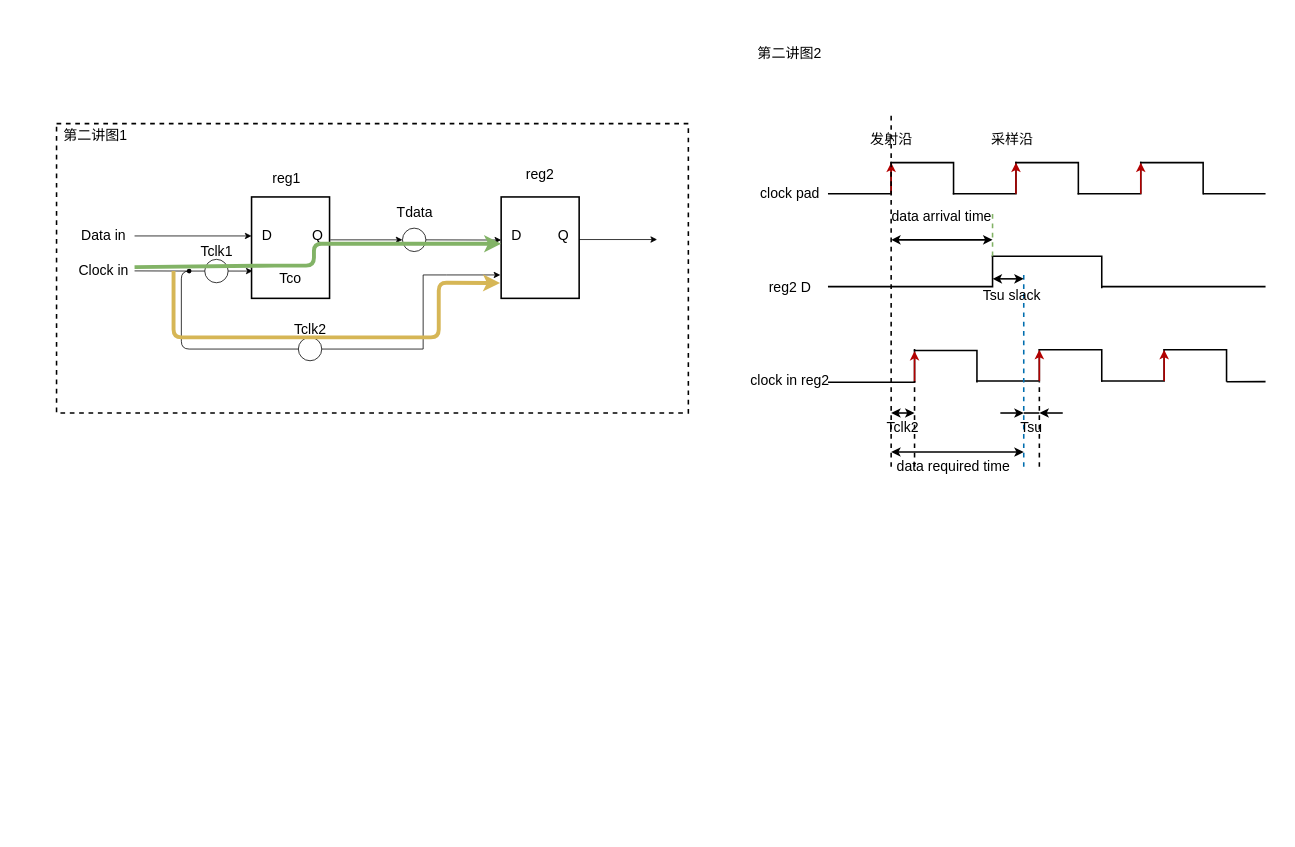
Before: FPGA timing constraints .drawio in Katharine-0331/files, a draw.io diagram. Source tidied: cells renumbered, new cells numbered last; positions are measured from the earlier drawing's top-left corner, leaving out a move shared by most shapes. Both pictures are drawn from the tidied source at 78%, with x=0, y=0 at pixel (56, 45).
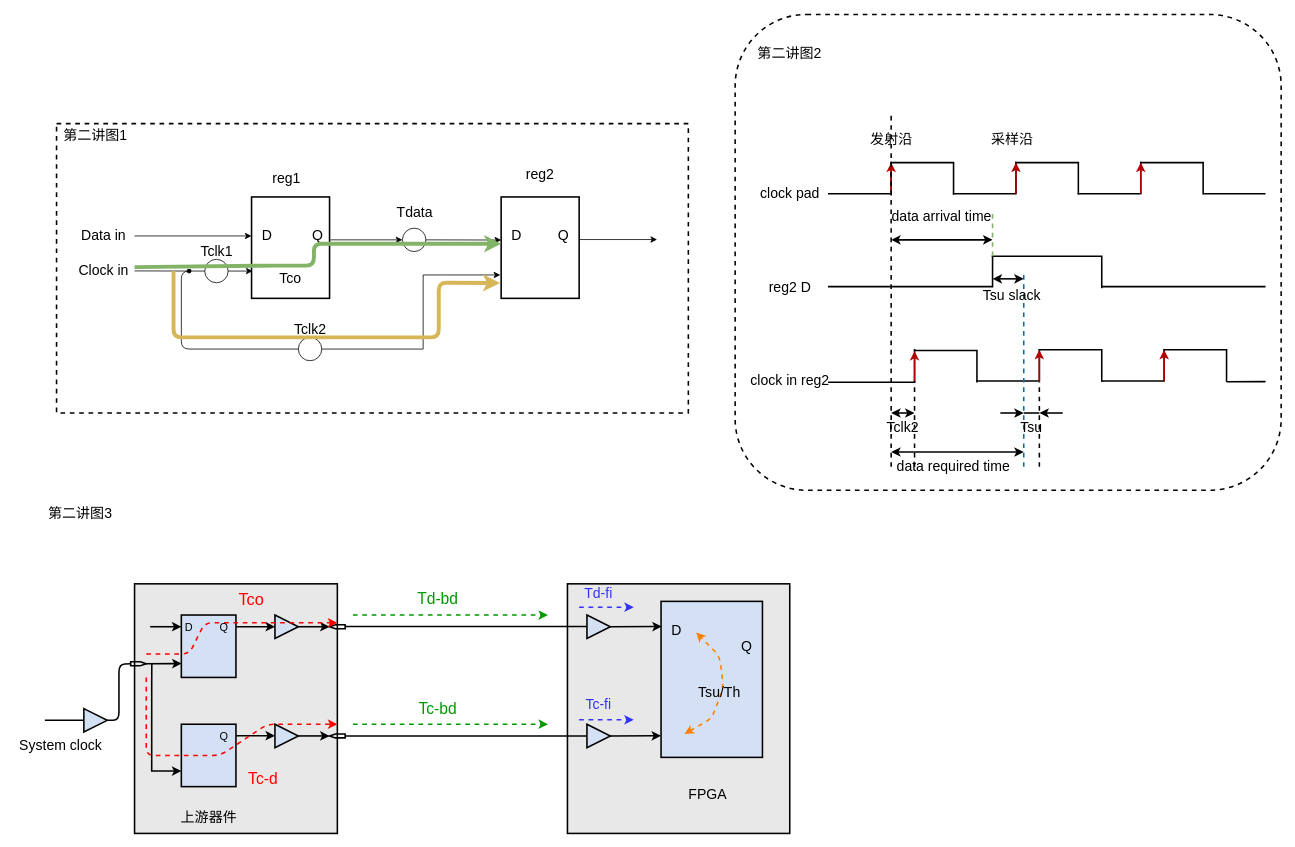
After the change.

The edit, as a diff of the source:
```diff
@@
+    <mxCell id="78" style="rounded=0;whiteSpace=wrap;html=1;fontSize=18;strokeWidth=2;fillColor=#E8E8E8;" parent="1" vertex="1">
+      <mxGeometry x="655" y="690" width="285" height="320" as="geometry" />
+    </mxCell>
+    <mxCell id="79" style="rounded=0;whiteSpace=wrap;html=1;fontSize=18;strokeWidth=2;fillColor=#E8E8E8;" parent="1" vertex="1">
+      <mxGeometry x="100" y="690" width="260" height="320" as="geometry" />
+    </mxCell>
@@
+    <mxCell id="80" style="rounded=1;whiteSpace=wrap;html=1;fontSize=18;strokeWidth=2;dashed=1;fillColor=none;" parent="1" vertex="1">
+      <mxGeometry x="870" y="-40" width="700" height="610" as="geometry" />
+    </mxCell>
+    <mxCell id="81" value="第二讲图3" style="text;html=1;align=center;verticalAlign=middle;strokeColor=none;fontSize=18;" parent="1" vertex="1">
+      <mxGeometry x="-20" y="585" width="100" height="30" as="geometry" />
+    </mxCell>
+    <mxCell id="82" style="rounded=0;whiteSpace=wrap;html=1;fontSize=18;strokeWidth=2;fillColor=#D4E1F5;" parent="1" vertex="1">
+      <mxGeometry x="160" y="730" width="70" height="80" as="geometry" />
+    </mxCell>
+    <mxCell id="83" style="rounded=0;whiteSpace=wrap;html=1;fontSize=18;strokeWidth=2;fillColor=#D4E1F5;" parent="1" vertex="1">
+      <mxGeometry x="160" y="870" width="70" height="80" as="geometry" />
+    </mxCell>
+    <mxCell id="84" style="edgeStyle=none;rounded=0;jettySize=auto;html=1;fontSize=18;strokeWidth=2;" parent="1" edge="1" source="85" target="98">
+      <mxGeometry relative="1" as="geometry" />
+    </mxCell>
+    <mxCell id="85" style="triangle;whiteSpace=wrap;html=1;fontSize=18;strokeWidth=2;fillColor=#D4E1F5;" parent="1" vertex="1">
+      <mxGeometry x="280" y="730" width="30" height="30" as="geometry" />
+    </mxCell>
+    <mxCell id="86" style="edgeStyle=none;rounded=0;jettySize=auto;html=1;fontSize=18;strokeWidth=2;" parent="1" edge="1" source="87" target="99">
+      <mxGeometry relative="1" as="geometry" />
+    </mxCell>
+    <mxCell id="87" style="triangle;whiteSpace=wrap;html=1;fontSize=18;strokeWidth=2;fillColor=#D4E1F5;" parent="1" vertex="1">
+      <mxGeometry x="280" y="870" width="30" height="30" as="geometry" />
+    </mxCell>
+    <mxCell id="88" style="rounded=0;whiteSpace=wrap;html=1;fontSize=18;strokeWidth=2;fillColor=#D4E1F5;" parent="1" vertex="1">
+      <mxGeometry x="775" y="712.5" width="130" height="200" as="geometry" />
+    </mxCell>
+    <mxCell id="89" style="endArrow=classic;html=1;fontSize=18;strokeWidth=2;" parent="1" edge="1">
+      <mxGeometry relative="1" as="geometry">
+        <mxPoint x="120" y="745" as="sourcePoint" />
+        <mxPoint x="160" y="745" as="targetPoint" />
+      </mxGeometry>
+    </mxCell>
+    <mxCell id="90" style="endArrow=classic;html=1;fontSize=18;strokeWidth=2;entryX=0;entryY=0.5;entryDx=0;entryDy=0;" parent="1" edge="1" target="85">
+      <mxGeometry relative="1" as="geometry">
+        <mxPoint x="230" y="745" as="sourcePoint" />
+      </mxGeometry>
+    </mxCell>
+    <mxCell id="91" style="endArrow=classic;html=1;fontSize=18;strokeWidth=2;entryX=0;entryY=0.5;entryDx=0;entryDy=0;" parent="1" edge="1">
+      <mxGeometry relative="1" as="geometry">
+        <mxPoint x="230" y="884.7" as="sourcePoint" />
+        <mxPoint x="280" y="884.7" as="targetPoint" />
+      </mxGeometry>
+    </mxCell>
+    <mxCell id="92" style="triangle;whiteSpace=wrap;html=1;fontSize=18;strokeWidth=2;fillColor=#D4E1F5;" parent="1" vertex="1">
+      <mxGeometry x="35" y="850" width="30" height="30" as="geometry" />
+    </mxCell>
+    <mxCell id="93" style="endArrow=none;html=1;fontSize=18;strokeWidth=2;entryX=0;entryY=0.5;entryDx=0;entryDy=0;" parent="1" edge="1" target="92">
+      <mxGeometry relative="1" as="geometry">
+        <mxPoint x="-15" y="865" as="sourcePoint" />
+      </mxGeometry>
+    </mxCell>
+    <mxCell id="94" style="edgeStyle=none;rounded=0;jettySize=auto;html=1;fontSize=18;strokeWidth=2;entryX=0.004;entryY=0.778;entryDx=0;entryDy=0;entryPerimeter=0;exitX=0.5;exitY=0;exitDx=0;exitDy=0;" parent="1" edge="1" source="96" target="82">
+      <mxGeometry relative="1" as="geometry" />
+    </mxCell>
+    <mxCell id="95" style="edgeStyle=none;rounded=0;jettySize=auto;html=1;fontSize=18;strokeWidth=2;exitX=0.441;exitY=1.356;exitDx=0;exitDy=0;exitPerimeter=0;entryX=0;entryY=0.75;entryDx=0;entryDy=0;" parent="1" edge="1" source="96" target="83">
+      <mxGeometry relative="1" as="geometry">
+        <Array as="points">
+          <mxPoint x="122" y="820" />
+          <mxPoint x="122" y="840" />
+          <mxPoint x="122" y="930" />
+        </Array>
+      </mxGeometry>
+    </mxCell>
+    <mxCell id="96" style="shape=offPageConnector;whiteSpace=wrap;html=1;fontSize=18;strokeWidth=2;fillColor=none;flipH=1;flipV=1;direction=south;" parent="1" vertex="1">
+      <mxGeometry x="95" y="790" width="20" height="5" as="geometry" />
+    </mxCell>
+    <mxCell id="97" style="endArrow=none;html=1;fontSize=18;strokeWidth=2;exitX=1;exitY=0.5;exitDx=0;exitDy=0;entryX=0.5;entryY=1;entryDx=0;entryDy=0;" parent="1" edge="1" source="92" target="96">
+      <mxGeometry relative="1" as="geometry">
+        <Array as="points">
+          <mxPoint x="80" y="865" />
+          <mxPoint x="80" y="793" />
+        </Array>
+      </mxGeometry>
+    </mxCell>
+    <mxCell id="98" style="shape=offPageConnector;whiteSpace=wrap;html=1;fontSize=18;strokeWidth=2;fillColor=none;flipH=0;flipV=1;direction=south;" parent="1" vertex="1">
+      <mxGeometry x="350" y="742.5" width="20" height="5" as="geometry" />
+    </mxCell>
+    <mxCell id="99" style="shape=offPageConnector;whiteSpace=wrap;html=1;fontSize=18;strokeWidth=2;fillColor=none;flipH=0;flipV=1;direction=south;" parent="1" vertex="1">
+      <mxGeometry x="350" y="882.5" width="20" height="5" as="geometry" />
+    </mxCell>
+    <mxCell id="100" style="endArrow=classic;html=1;dashed=1;fontSize=18;strokeColor=#FF0000;strokeWidth=2;" parent="1" edge="1">
+      <mxGeometry relative="1" as="geometry">
+        <mxPoint x="115" y="780" as="sourcePoint" />
+        <mxPoint x="360" y="740" as="targetPoint" />
+        <Array as="points">
+          <mxPoint x="170" y="780" />
+          <mxPoint x="190" y="740" />
+        </Array>
+      </mxGeometry>
+    </mxCell>
+    <mxCell id="101" style="endArrow=classic;html=1;dashed=1;fontSize=18;strokeColor=#FF0000;strokeWidth=2;" parent="1" edge="1">
+      <mxGeometry relative="1" as="geometry">
+        <mxPoint x="115" y="810" as="sourcePoint" />
+        <mxPoint x="360" y="870" as="targetPoint" />
+        <Array as="points">
+          <mxPoint x="115" y="910" />
+          <mxPoint x="210" y="910" />
+          <mxPoint x="270" y="870" />
+        </Array>
+      </mxGeometry>
+    </mxCell>
+    <mxCell id="102" value="&lt;font style=&quot;font-size: 14px&quot;&gt;D&lt;/font&gt;" style="text;html=1;strokeColor=none;fillColor=none;align=center;verticalAlign=middle;whiteSpace=wrap;rounded=0;fontSize=18;" parent="1" vertex="1">
+      <mxGeometry x="150" y="735" width="40" height="20" as="geometry" />
+    </mxCell>
+    <mxCell id="103" value="&lt;font style=&quot;font-size: 14px&quot;&gt;Q&lt;/font&gt;" style="text;html=1;strokeColor=none;fillColor=none;align=center;verticalAlign=middle;whiteSpace=wrap;rounded=0;fontSize=18;" parent="1" vertex="1">
+      <mxGeometry x="195" y="735" width="40" height="20" as="geometry" />
+    </mxCell>
+    <mxCell id="104" value="&lt;font style=&quot;font-size: 14px&quot;&gt;Q&lt;/font&gt;" style="text;html=1;strokeColor=none;fillColor=none;align=center;verticalAlign=middle;whiteSpace=wrap;rounded=0;fontSize=18;" parent="1" vertex="1">
+      <mxGeometry x="195" y="875" width="40" height="20" as="geometry" />
+    </mxCell>
+    <mxCell id="105" value="System clock" style="text;html=1;align=center;verticalAlign=middle;strokeColor=none;fontSize=18;" parent="1" vertex="1">
+      <mxGeometry x="-55" y="882.5" width="120" height="30" as="geometry" />
+    </mxCell>
+    <mxCell id="106" value="上游器件" style="text;html=1;align=center;verticalAlign=middle;strokeColor=none;fontSize=18;" parent="1" vertex="1">
+      <mxGeometry x="150" y="975" width="90" height="30" as="geometry" />
+    </mxCell>
+    <mxCell id="107" style="triangle;whiteSpace=wrap;html=1;fontSize=18;strokeWidth=2;fillColor=#D4E1F5;" parent="1" vertex="1">
+      <mxGeometry x="680" y="730" width="30" height="30" as="geometry" />
+    </mxCell>
+    <mxCell id="108" style="triangle;whiteSpace=wrap;html=1;fontSize=18;strokeWidth=2;fillColor=#D4E1F5;" parent="1" vertex="1">
+      <mxGeometry x="680" y="870" width="30" height="30" as="geometry" />
+    </mxCell>
+    <mxCell id="109" style="endArrow=none;html=1;fontSize=18;strokeColor=#000000;strokeWidth=2;exitX=0.5;exitY=0;exitDx=0;exitDy=0;entryX=0;entryY=0.5;entryDx=0;entryDy=0;" parent="1" edge="1" source="99" target="108">
+      <mxGeometry relative="1" as="geometry" />
+    </mxCell>
+    <mxCell id="110" style="endArrow=none;html=1;fontSize=18;strokeColor=#000000;strokeWidth=2;exitX=0.5;exitY=0;exitDx=0;exitDy=0;entryX=0;entryY=0.5;entryDx=0;entryDy=0;" parent="1" edge="1">
+      <mxGeometry relative="1" as="geometry">
+        <mxPoint x="370" y="744.7" as="sourcePoint" />
+        <mxPoint x="680" y="744.7" as="targetPoint" />
+      </mxGeometry>
+    </mxCell>
+    <mxCell id="111" style="endArrow=classic;html=1;fontSize=18;strokeColor=#000000;strokeWidth=2;exitX=1;exitY=0.5;exitDx=0;exitDy=0;entryX=0.007;entryY=0.161;entryDx=0;entryDy=0;entryPerimeter=0;" parent="1" edge="1" source="107" target="88">
+      <mxGeometry relative="1" as="geometry" />
+    </mxCell>
+    <mxCell id="112" style="endArrow=classic;html=1;fontSize=18;strokeColor=#000000;strokeWidth=2;exitX=1;exitY=0.5;exitDx=0;exitDy=0;entryX=0.007;entryY=0.161;entryDx=0;entryDy=0;entryPerimeter=0;" parent="1" edge="1">
+      <mxGeometry relative="1" as="geometry">
+        <mxPoint x="709.1" y="885.1" as="sourcePoint" />
+        <mxPoint x="775" y="884.8" as="targetPoint" />
+      </mxGeometry>
+    </mxCell>
+    <mxCell id="113" value="D" style="text;html=1;strokeColor=none;fillColor=none;align=center;verticalAlign=middle;whiteSpace=wrap;rounded=0;fontSize=18;" parent="1" vertex="1">
+      <mxGeometry x="775" y="740" width="40" height="20" as="geometry" />
+    </mxCell>
+    <mxCell id="114" value="Q" style="text;html=1;strokeColor=none;fillColor=none;align=center;verticalAlign=middle;whiteSpace=wrap;rounded=0;fontSize=18;" parent="1" vertex="1">
+      <mxGeometry x="865" y="760" width="40" height="20" as="geometry" />
+    </mxCell>
+    <mxCell id="115" value="FPGA" style="text;html=1;strokeColor=none;fillColor=none;align=center;verticalAlign=middle;whiteSpace=wrap;rounded=0;fontSize=18;" parent="1" vertex="1">
+      <mxGeometry x="815" y="950" width="40" height="20" as="geometry" />
+    </mxCell>
+    <mxCell id="116" style="endArrow=classic;startArrow=classic;html=1;fontSize=18;strokeWidth=2;dashed=1;strokeColor=#FF8000;" parent="1" edge="1">
+      <mxGeometry relative="1" as="geometry">
+        <mxPoint x="805" y="882.5" as="sourcePoint" />
+        <mxPoint x="820" y="752.5" as="targetPoint" />
+        <Array as="points">
+          <mxPoint x="840" y="862.5" />
+          <mxPoint x="855" y="822.5" />
+          <mxPoint x="850" y="782.5" />
+        </Array>
+      </mxGeometry>
+    </mxCell>
+    <mxCell id="117" value="Tsu/Th" style="text;html=1;strokeColor=none;fillColor=none;align=center;verticalAlign=middle;whiteSpace=wrap;rounded=0;fontSize=18;" parent="1" vertex="1">
+      <mxGeometry x="830" y="820" width="40" height="20" as="geometry" />
+    </mxCell>
+    <mxCell id="118" value="&lt;font color=&quot;#ff0000&quot; style=&quot;font-size: 21px&quot;&gt;Tco&lt;/font&gt;" style="text;html=1;strokeColor=none;fillColor=none;align=center;verticalAlign=middle;whiteSpace=wrap;rounded=0;fontSize=18;" parent="1" vertex="1">
+      <mxGeometry x="230" y="700" width="40" height="20" as="geometry" />
+    </mxCell>
+    <mxCell id="119" value="&lt;font color=&quot;#ff0000&quot; style=&quot;font-size: 20px&quot;&gt;Tc-d&lt;/font&gt;" style="text;html=1;strokeColor=none;fillColor=none;align=center;verticalAlign=middle;whiteSpace=wrap;rounded=0;fontSize=18;" parent="1" vertex="1">
+      <mxGeometry x="240" y="930" width="50" height="20" as="geometry" />
+    </mxCell>
+    <mxCell id="120" style="endArrow=classic;html=1;dashed=1;fontSize=18;strokeWidth=2;strokeColor=#009900;" parent="1" edge="1">
+      <mxGeometry relative="1" as="geometry">
+        <mxPoint x="380" y="730" as="sourcePoint" />
+        <mxPoint x="630" y="730" as="targetPoint" />
+      </mxGeometry>
+    </mxCell>
+    <mxCell id="121" style="endArrow=classic;html=1;dashed=1;fontSize=18;strokeWidth=2;strokeColor=#009900;" parent="1" edge="1">
+      <mxGeometry relative="1" as="geometry">
+        <mxPoint x="380" y="870" as="sourcePoint" />
+        <mxPoint x="630" y="870" as="targetPoint" />
+      </mxGeometry>
+    </mxCell>
+    <mxCell id="122" style="endArrow=classic;html=1;dashed=1;fontSize=18;strokeWidth=2;strokeColor=#3333FF;" parent="1" edge="1">
+      <mxGeometry relative="1" as="geometry">
+        <mxPoint x="670" y="720" as="sourcePoint" />
+        <mxPoint x="740" y="720" as="targetPoint" />
+      </mxGeometry>
+    </mxCell>
+    <mxCell id="123" style="endArrow=classic;html=1;dashed=1;fontSize=18;strokeWidth=2;strokeColor=#3333FF;" parent="1" edge="1">
+      <mxGeometry relative="1" as="geometry">
+        <mxPoint x="670" y="864.3" as="sourcePoint" />
+        <mxPoint x="740" y="864.3" as="targetPoint" />
+      </mxGeometry>
+    </mxCell>
+    <mxCell id="124" value="&lt;font style=&quot;font-size: 20px&quot; color=&quot;#009900&quot;&gt;Td-bd&lt;/font&gt;" style="text;html=1;strokeColor=none;fillColor=none;align=center;verticalAlign=middle;whiteSpace=wrap;rounded=0;fontSize=18;" parent="1" vertex="1">
+      <mxGeometry x="443.5" y="700" width="90" height="20" as="geometry" />
+    </mxCell>
+    <mxCell id="125" value="&lt;font style=&quot;font-size: 20px&quot; color=&quot;#009900&quot;&gt;Tc-bd&lt;/font&gt;" style="text;html=1;strokeColor=none;fillColor=none;align=center;verticalAlign=middle;whiteSpace=wrap;rounded=0;fontSize=18;" parent="1" vertex="1">
+      <mxGeometry x="443.5" y="835" width="90" height="30" as="geometry" />
+    </mxCell>
+    <mxCell id="126" value="&lt;font color=&quot;#3333ff&quot;&gt;Td-fi&lt;/font&gt;" style="text;html=1;strokeColor=none;fillColor=none;align=center;verticalAlign=middle;whiteSpace=wrap;rounded=0;fontSize=18;" parent="1" vertex="1">
+      <mxGeometry x="675" y="692.5" width="40" height="20" as="geometry" />
+    </mxCell>
+    <mxCell id="127" value="&lt;font color=&quot;#3333ff&quot;&gt;Tc-fi&lt;/font&gt;" style="text;html=1;strokeColor=none;fillColor=none;align=center;verticalAlign=middle;whiteSpace=wrap;rounded=0;fontSize=18;" parent="1" vertex="1">
+      <mxGeometry x="675" y="835" width="40" height="20" as="geometry" />
+    </mxCell>
```
